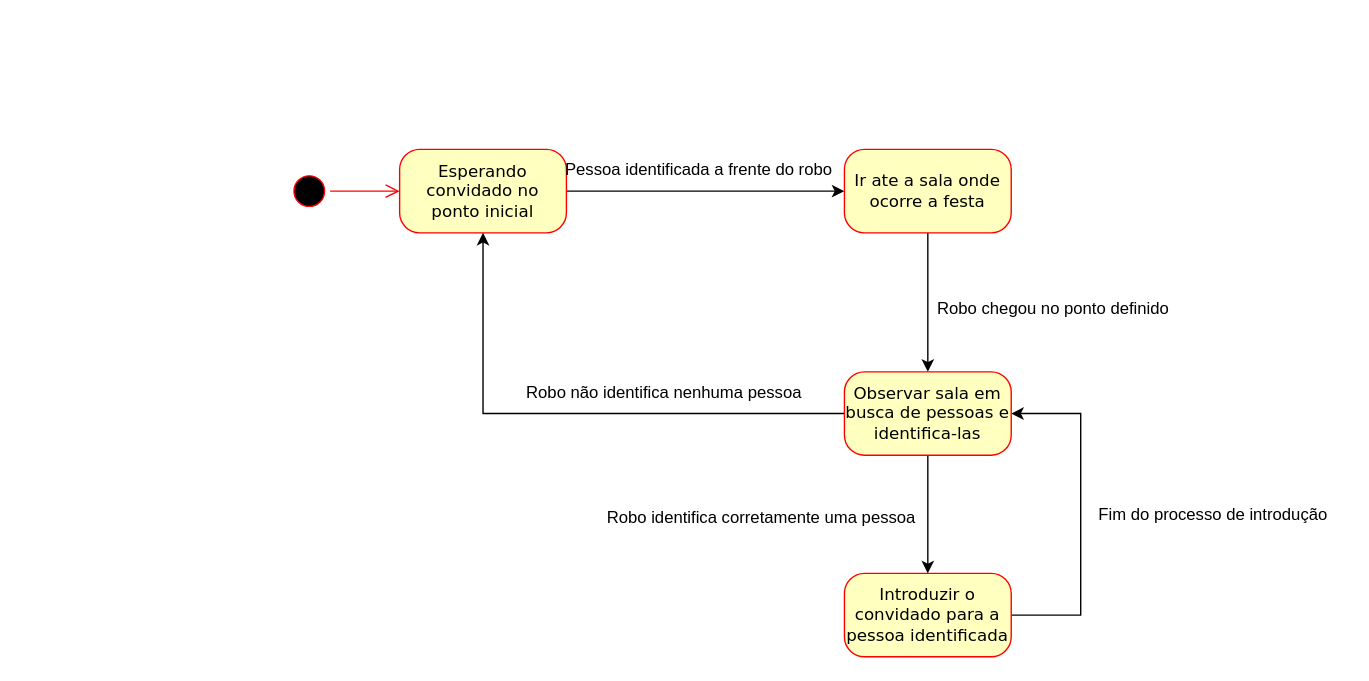
Earlier version of the draw.io diagram Diagrama sem nome.drawio (ArtOliRib/LP1_Lista_2). Source tidied: cells renumbered, new cells numbered last; positions are measured from the earlier drawing's top-left corner, leaving out a move shared by most shapes. Both pictures are drawn from the tidied source at 139%, with x=0, y=0 at pixel (288, 149).
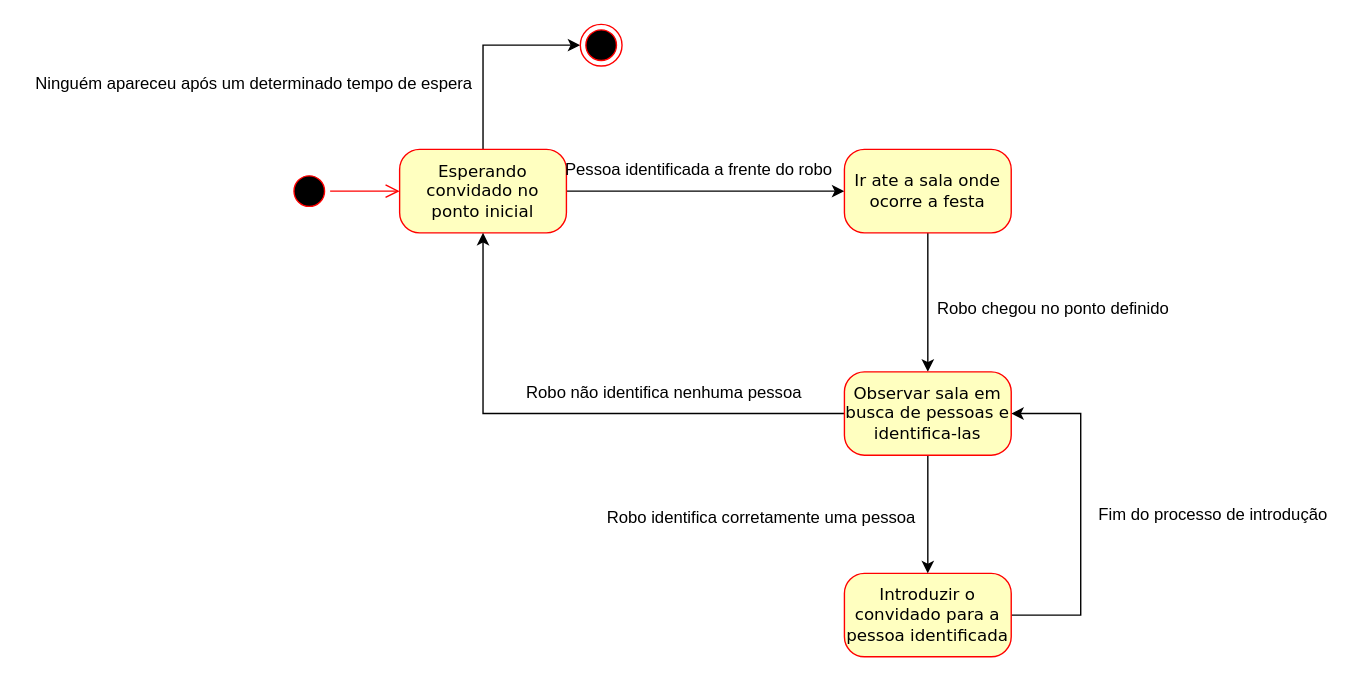
The same diagram, later.

Unchanged cells that the change refers to:
```xml
<mxCell id="4" value="Esperando convidado no ponto inicial" style="rounded=1;whiteSpace=wrap;html=1;arcSize=24;fillColor=#ffffc0;strokeColor=#ff0000;shadow=0;comic=0;labelBackgroundColor=none;fontFamily=Verdana;fontSize=12;fontColor=#000000;align=center;" parent="1" vertex="1">
  <mxGeometry x="80" width="120" height="60" as="geometry" />
</mxCell>
```

What changed in the source:
```diff
@@
+    <mxCell id="18" style="edgeStyle=orthogonalEdgeStyle;rounded=0;jettySize=auto;html=1;exitX=0.5;exitY=0;exitDx=0;exitDy=0;entryX=0;entryY=0.5;entryDx=0;entryDy=0;" parent="1" edge="1" source="4" target="19">
+      <mxGeometry relative="1" as="geometry" />
+    </mxCell>
@@
+    <mxCell id="19" style="ellipse;html=1;shape=endState;fillColor=#000000;strokeColor=#ff0000;" parent="1" vertex="1">
+      <mxGeometry x="210" y="-90" width="30" height="30" as="geometry" />
+    </mxCell>
+    <mxCell id="20" value="Ninguém apareceu após um determinado tempo de espera&lt;div&gt;&lt;br&gt;&lt;/div&gt;" style="text;html=1;align=center;verticalAlign=middle;strokeColor=none;fillColor=none;" parent="1" vertex="1">
+      <mxGeometry x="-190" y="-60" width="330" height="40" as="geometry" />
+    </mxCell>
```
